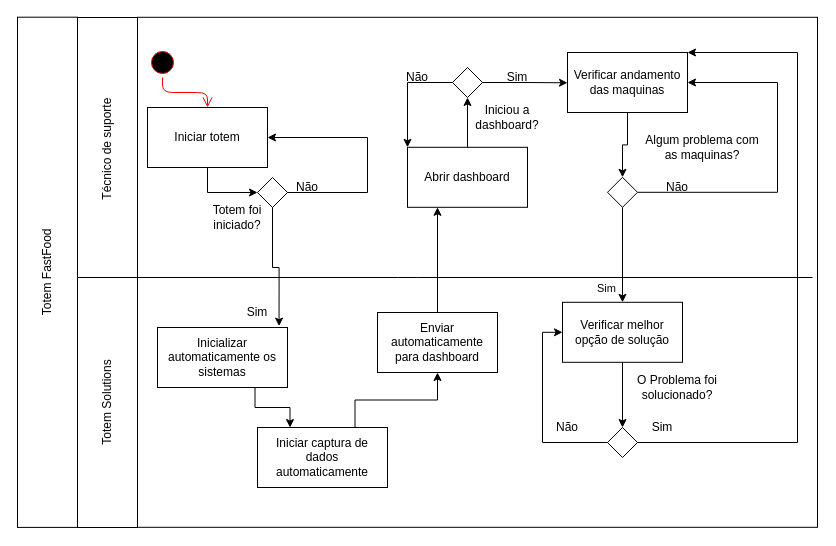
Before: Análise de Sistemas/BPMN.drawio in GuilhermeAlmeida0602/Grupo_04-2ADSA, a draw.io diagram. Source tidied: cells renumbered, new cells numbered last; positions are measured from the earlier drawing's top-left corner, leaving out a move shared by most shapes. Both pictures are drawn from the tidied source at 100%, with x=0, y=0 at pixel (-208, 17).
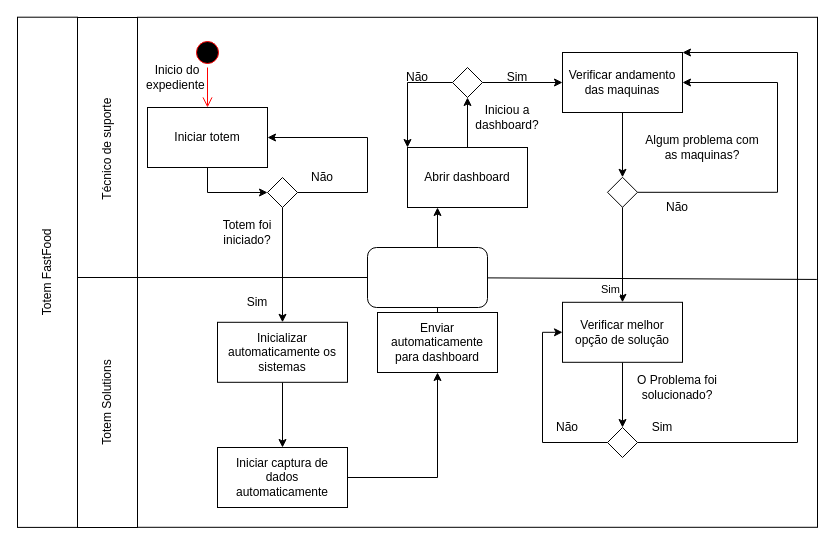
The same diagram, later.

The change refers to these unchanged cells:
```xml
<mxCell id="5" style="rounded=0;whiteSpace=wrap;html=1;" parent="1" vertex="1">
  <mxGeometry x="345" y="-0.2" width="680" height="510" as="geometry" />
</mxCell>
<mxCell id="9" value="Iniciar totem" style="rounded=0;whiteSpace=wrap;html=1;" parent="1" vertex="1">
  <mxGeometry x="355" y="90" width="120" height="60" as="geometry" />
</mxCell>
<mxCell id="21" value="Enviar automaticamente para dashboard" style="rounded=0;whiteSpace=wrap;html=1;" parent="1" vertex="1">
  <mxGeometry x="585" y="295" width="120" height="60" as="geometry" />
</mxCell>
<mxCell id="26" style="rhombus;whiteSpace=wrap;html=1;" parent="1" vertex="1">
  <mxGeometry x="660" y="50" width="30" height="30" as="geometry" />
</mxCell>
```

What changed in the source:
```diff
@@
     <mxCell id="6" style="ellipse;html=1;shape=startState;fillColor=#000000;strokeColor=#ff0000;" parent="1" vertex="1">
-      <mxGeometry x="355" y="30" width="30" height="30" as="geometry" />
+      <mxGeometry x="400" y="20" width="30" height="30" as="geometry" />
     </mxCell>
@@
+    <mxCell id="11" style="edgeStyle=orthogonalEdgeStyle;rounded=0;jettySize=auto;html=1;exitX=1;exitY=0.5;exitDx=0;exitDy=0;entryX=1;entryY=0.5;entryDx=0;entryDy=0;" parent="1" edge="1" source="12" target="9">
+      <mxGeometry relative="1" as="geometry">
+        <Array as="points">
+          <mxPoint x="575" y="175" />
+          <mxPoint x="575" y="120" />
+        </Array>
+      </mxGeometry>
+    </mxCell>
-    <mxCell id="10" style="edgeStyle=orthogonalEdgeStyle;rounded=0;jettySize=auto;html=1;exitX=0.5;exitY=1;exitDx=0;exitDy=0;entryX=0.935;entryY=-0.023;entryDx=0;entryDy=0;entryPerimeter=0;" parent="1" edge="1" source="12" target="17">
+    <mxCell id="10" style="edgeStyle=orthogonalEdgeStyle;rounded=0;jettySize=auto;html=1;exitX=0.5;exitY=1;exitDx=0;exitDy=0;" parent="1" edge="1" source="12" target="17">
       <mxGeometry relative="1" as="geometry" />
     </mxCell>
-    <mxCell id="11" style="edgeStyle=orthogonalEdgeStyle;rounded=0;jettySize=auto;html=1;exitX=1;exitY=0.5;exitDx=0;exitDy=0;entryX=1;entryY=0.5;entryDx=0;entryDy=0;" parent="1" edge="1" source="12" target="9">
-      <mxGeometry relative="1" as="geometry">
-        <Array as="points">
-          <mxPoint x="575" y="175" />
-          <mxPoint x="575" y="120" />
-        </Array>
-      </mxGeometry>
-    </mxCell>
     <mxCell id="12" style="rhombus;whiteSpace=wrap;html=1;" parent="1" vertex="1">
-      <mxGeometry x="465" y="160" width="30" height="30" as="geometry" />
+      <mxGeometry x="475" y="160" width="30" height="30" as="geometry" />
     </mxCell>
     <mxCell id="13" value="Sim" style="text;html=1;strokeColor=none;fillColor=none;align=center;verticalAlign=middle;whiteSpace=wrap;rounded=0;" parent="1" vertex="1">
-      <mxGeometry x="445" y="284.8" width="40" height="20" as="geometry" />
+      <mxGeometry x="445" y="275" width="40" height="20" as="geometry" />
     </mxCell>
     <mxCell id="14" value="Não" style="text;html=1;strokeColor=none;fillColor=none;align=center;verticalAlign=middle;whiteSpace=wrap;rounded=0;" parent="1" vertex="1">
-      <mxGeometry x="495" y="160" width="40" height="20" as="geometry" />
+      <mxGeometry x="510.1" y="150" width="40" height="20" as="geometry" />
     </mxCell>
     <mxCell id="15" value="Totem foi iniciado?" style="text;html=1;strokeColor=none;fillColor=none;align=center;verticalAlign=middle;whiteSpace=wrap;rounded=0;" parent="1" vertex="1">
-      <mxGeometry x="405" y="190" width="80" height="20" as="geometry" />
+      <mxGeometry x="415" y="204.8" width="80" height="20" as="geometry" />
     </mxCell>
-    <mxCell id="16" style="edgeStyle=orthogonalEdgeStyle;rounded=0;jettySize=auto;html=1;exitX=0.75;exitY=1;exitDx=0;exitDy=0;entryX=0.25;entryY=0;entryDx=0;entryDy=0;" parent="1" edge="1" source="17" target="19">
+    <mxCell id="16" style="edgeStyle=orthogonalEdgeStyle;rounded=0;jettySize=auto;html=1;exitX=0.5;exitY=1;exitDx=0;exitDy=0;" parent="1" edge="1" source="17" target="19">
       <mxGeometry relative="1" as="geometry" />
     </mxCell>
     <mxCell id="17" value="Inicializar automaticamente os sistemas" style="rounded=0;whiteSpace=wrap;html=1;" parent="1" vertex="1">
-      <mxGeometry x="365" y="310" width="130" height="60" as="geometry" />
+      <mxGeometry x="425" y="304.8" width="130" height="60" as="geometry" />
     </mxCell>
-    <mxCell id="18" style="edgeStyle=orthogonalEdgeStyle;rounded=0;jettySize=auto;html=1;exitX=0.75;exitY=0;exitDx=0;exitDy=0;" parent="1" edge="1" source="19" target="21">
+    <mxCell id="18" style="edgeStyle=orthogonalEdgeStyle;rounded=0;jettySize=auto;html=1;exitX=1;exitY=0.5;exitDx=0;exitDy=0;entryX=0.5;entryY=1;entryDx=0;entryDy=0;" parent="1" edge="1" source="19" target="21">
       <mxGeometry relative="1" as="geometry" />
     </mxCell>
     <mxCell id="19" value="Iniciar captura de dados automaticamente" style="rounded=0;whiteSpace=wrap;html=1;" parent="1" vertex="1">
-      <mxGeometry x="465" y="410" width="130" height="60" as="geometry" />
+      <mxGeometry x="425" y="430" width="130" height="60" as="geometry" />
     </mxCell>
@@
     <mxCell id="23" value="Abrir dashboard" style="rounded=0;whiteSpace=wrap;html=1;" parent="1" vertex="1">
-      <mxGeometry x="615" y="129.8" width="120" height="60" as="geometry" />
+      <mxGeometry x="615" y="130" width="120" height="60" as="geometry" />
     </mxCell>
-    <mxCell id="24" style="edgeStyle=orthogonalEdgeStyle;rounded=0;jettySize=auto;html=1;exitX=1;exitY=0.5;exitDx=0;exitDy=0;" parent="1" edge="1" source="26">
-      <mxGeometry relative="1" as="geometry">
-        <mxPoint x="775" y="65.3" as="targetPoint" />
-      </mxGeometry>
-    </mxCell>
@@
+    <mxCell id="47" style="edgeStyle=orthogonalEdgeStyle;rounded=0;jettySize=auto;html=1;exitX=1;exitY=0.5;exitDx=0;exitDy=0;entryX=0;entryY=0.5;entryDx=0;entryDy=0;" parent="1" edge="1" source="26" target="30">
+      <mxGeometry relative="1" as="geometry" />
+    </mxCell>
@@
     <mxCell id="30" value="Verificar andamento das maquinas" style="rounded=0;whiteSpace=wrap;html=1;" parent="1" vertex="1">
-      <mxGeometry x="775" y="35" width="120" height="60" as="geometry" />
+      <mxGeometry x="770" y="35" width="120" height="60" as="geometry" />
     </mxCell>
@@
     <mxCell id="35" value="Não" style="text;html=1;strokeColor=none;fillColor=none;align=center;verticalAlign=middle;whiteSpace=wrap;rounded=0;" parent="1" vertex="1">
-      <mxGeometry x="865" y="159.8" width="40" height="20" as="geometry" />
+      <mxGeometry x="865" y="180" width="40" height="20" as="geometry" />
     </mxCell>
@@
-    <mxCell id="44" style="endArrow=none;html=1;" parent="1" edge="1">
+    <mxCell id="44" style="endArrow=none;html=1;entryX=0.999;entryY=0.514;entryDx=0;entryDy=0;entryPerimeter=0;" parent="1" edge="1" target="5">
       <mxGeometry relative="1" as="geometry">
         <mxPoint x="345" y="260" as="sourcePoint" />
-        <mxPoint x="1020" y="260" as="targetPoint" />
         <Array as="points">
           <mxPoint x="615" y="260" />
         </Array>
       </mxGeometry>
     </mxCell>
@@
+    <mxCell id="48" value="Inicio do expediente&amp;nbsp;" style="text;html=1;strokeColor=none;fillColor=none;align=center;verticalAlign=middle;whiteSpace=wrap;rounded=0;" parent="1" vertex="1">
+      <mxGeometry x="355" y="50" width="60" height="20" as="geometry" />
+    </mxCell>
+    <mxCell id="49" style="rounded=1;whiteSpace=wrap;html=1;" parent="1" vertex="1">
+      <mxGeometry x="575" y="230" width="120" height="60" as="geometry" />
+    </mxCell>
```
